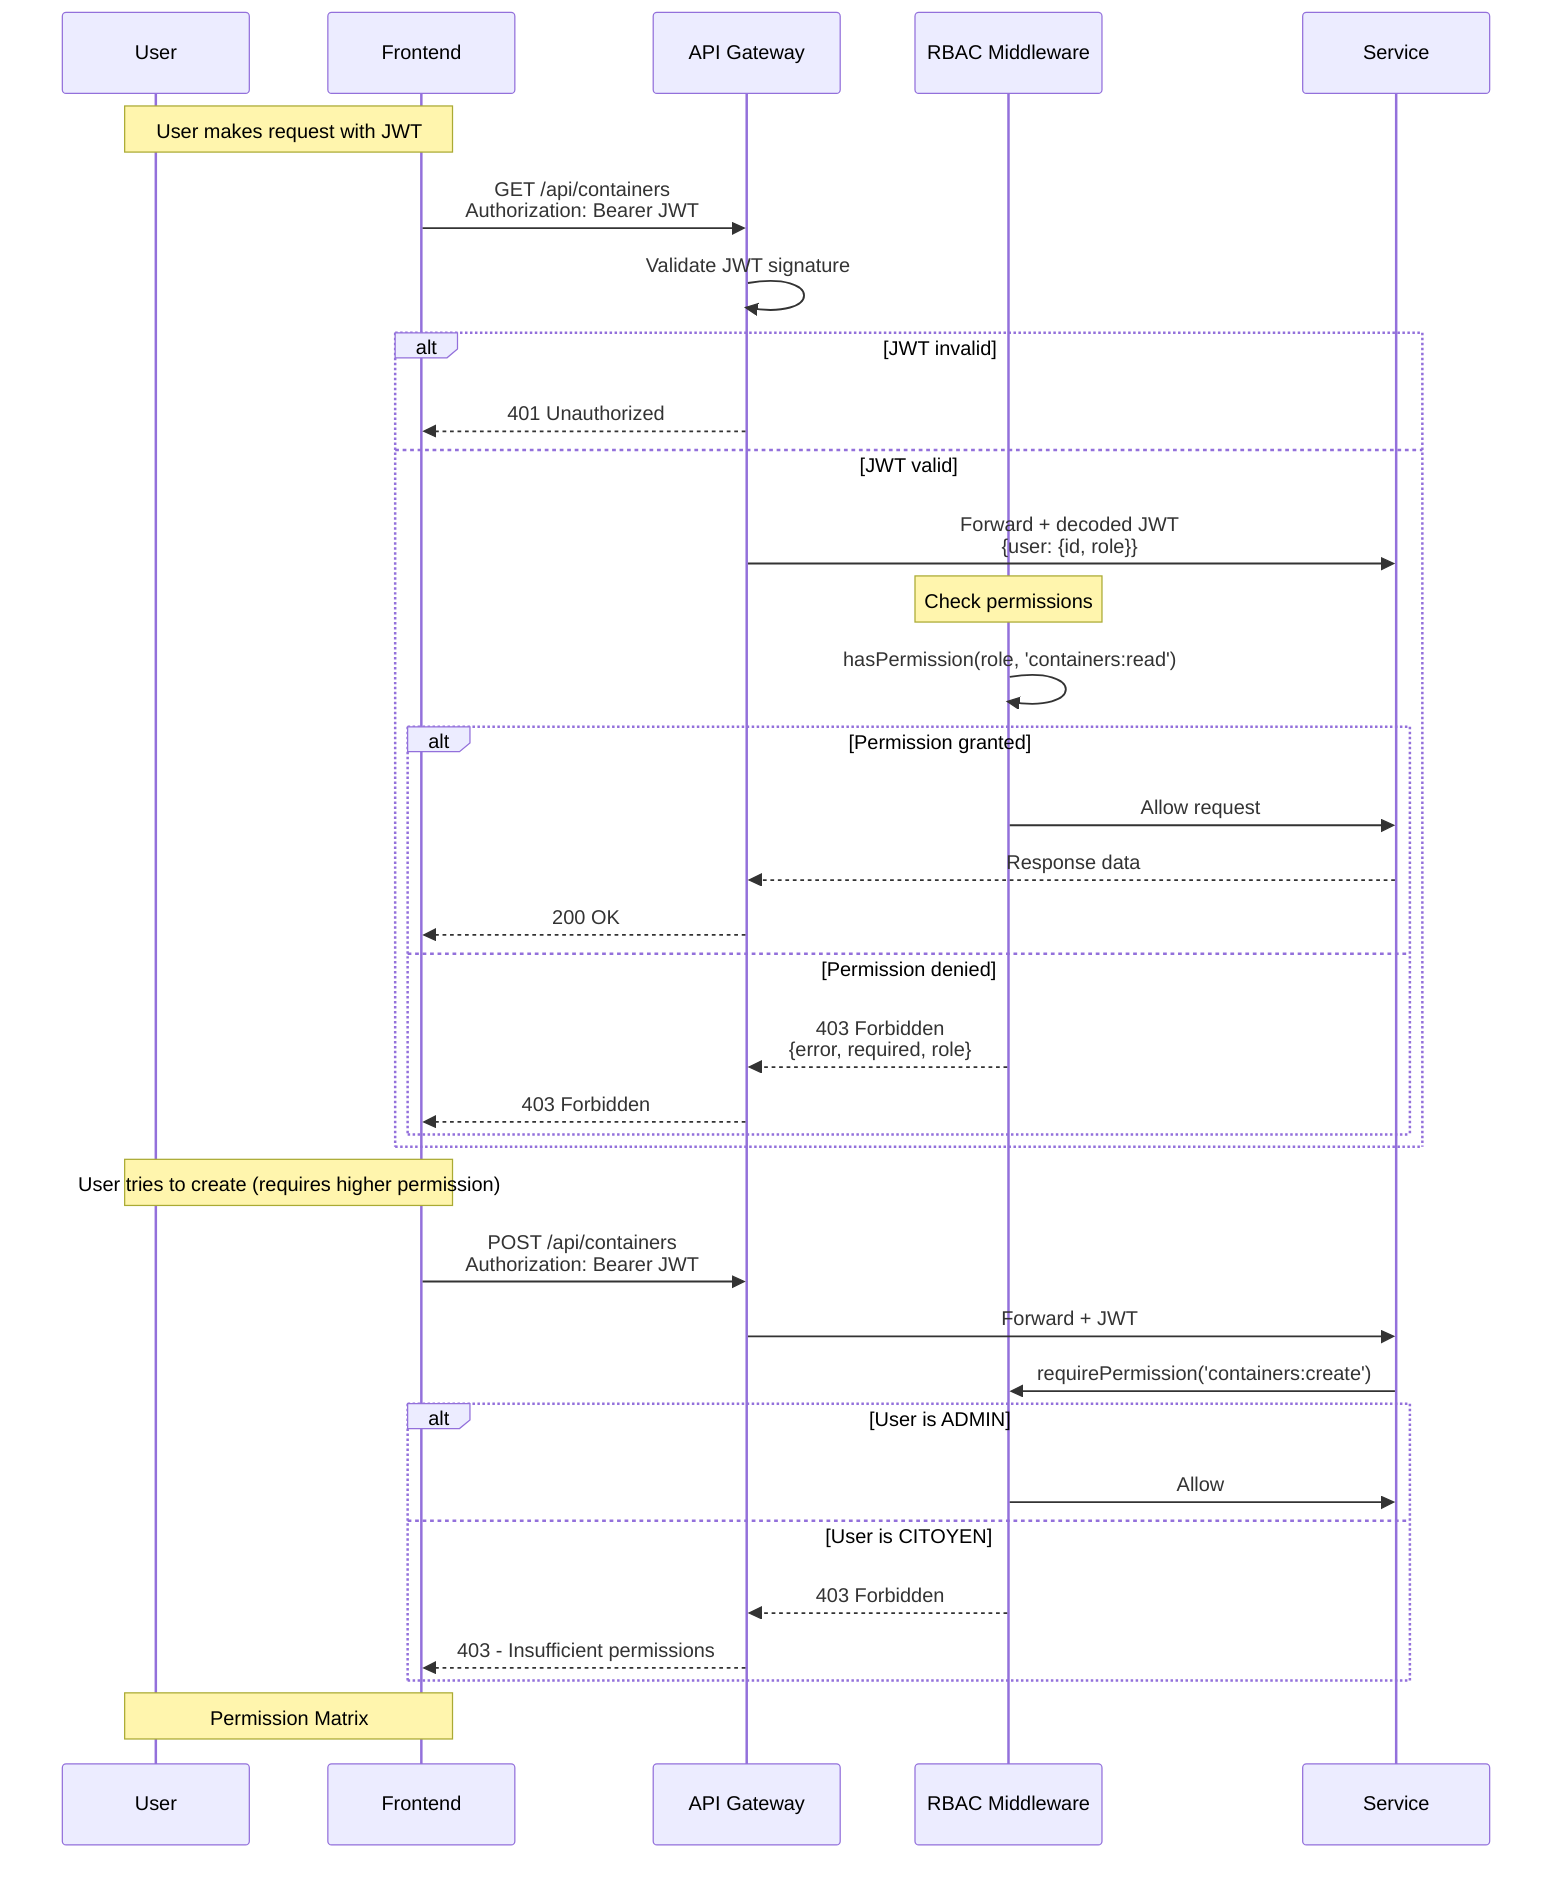
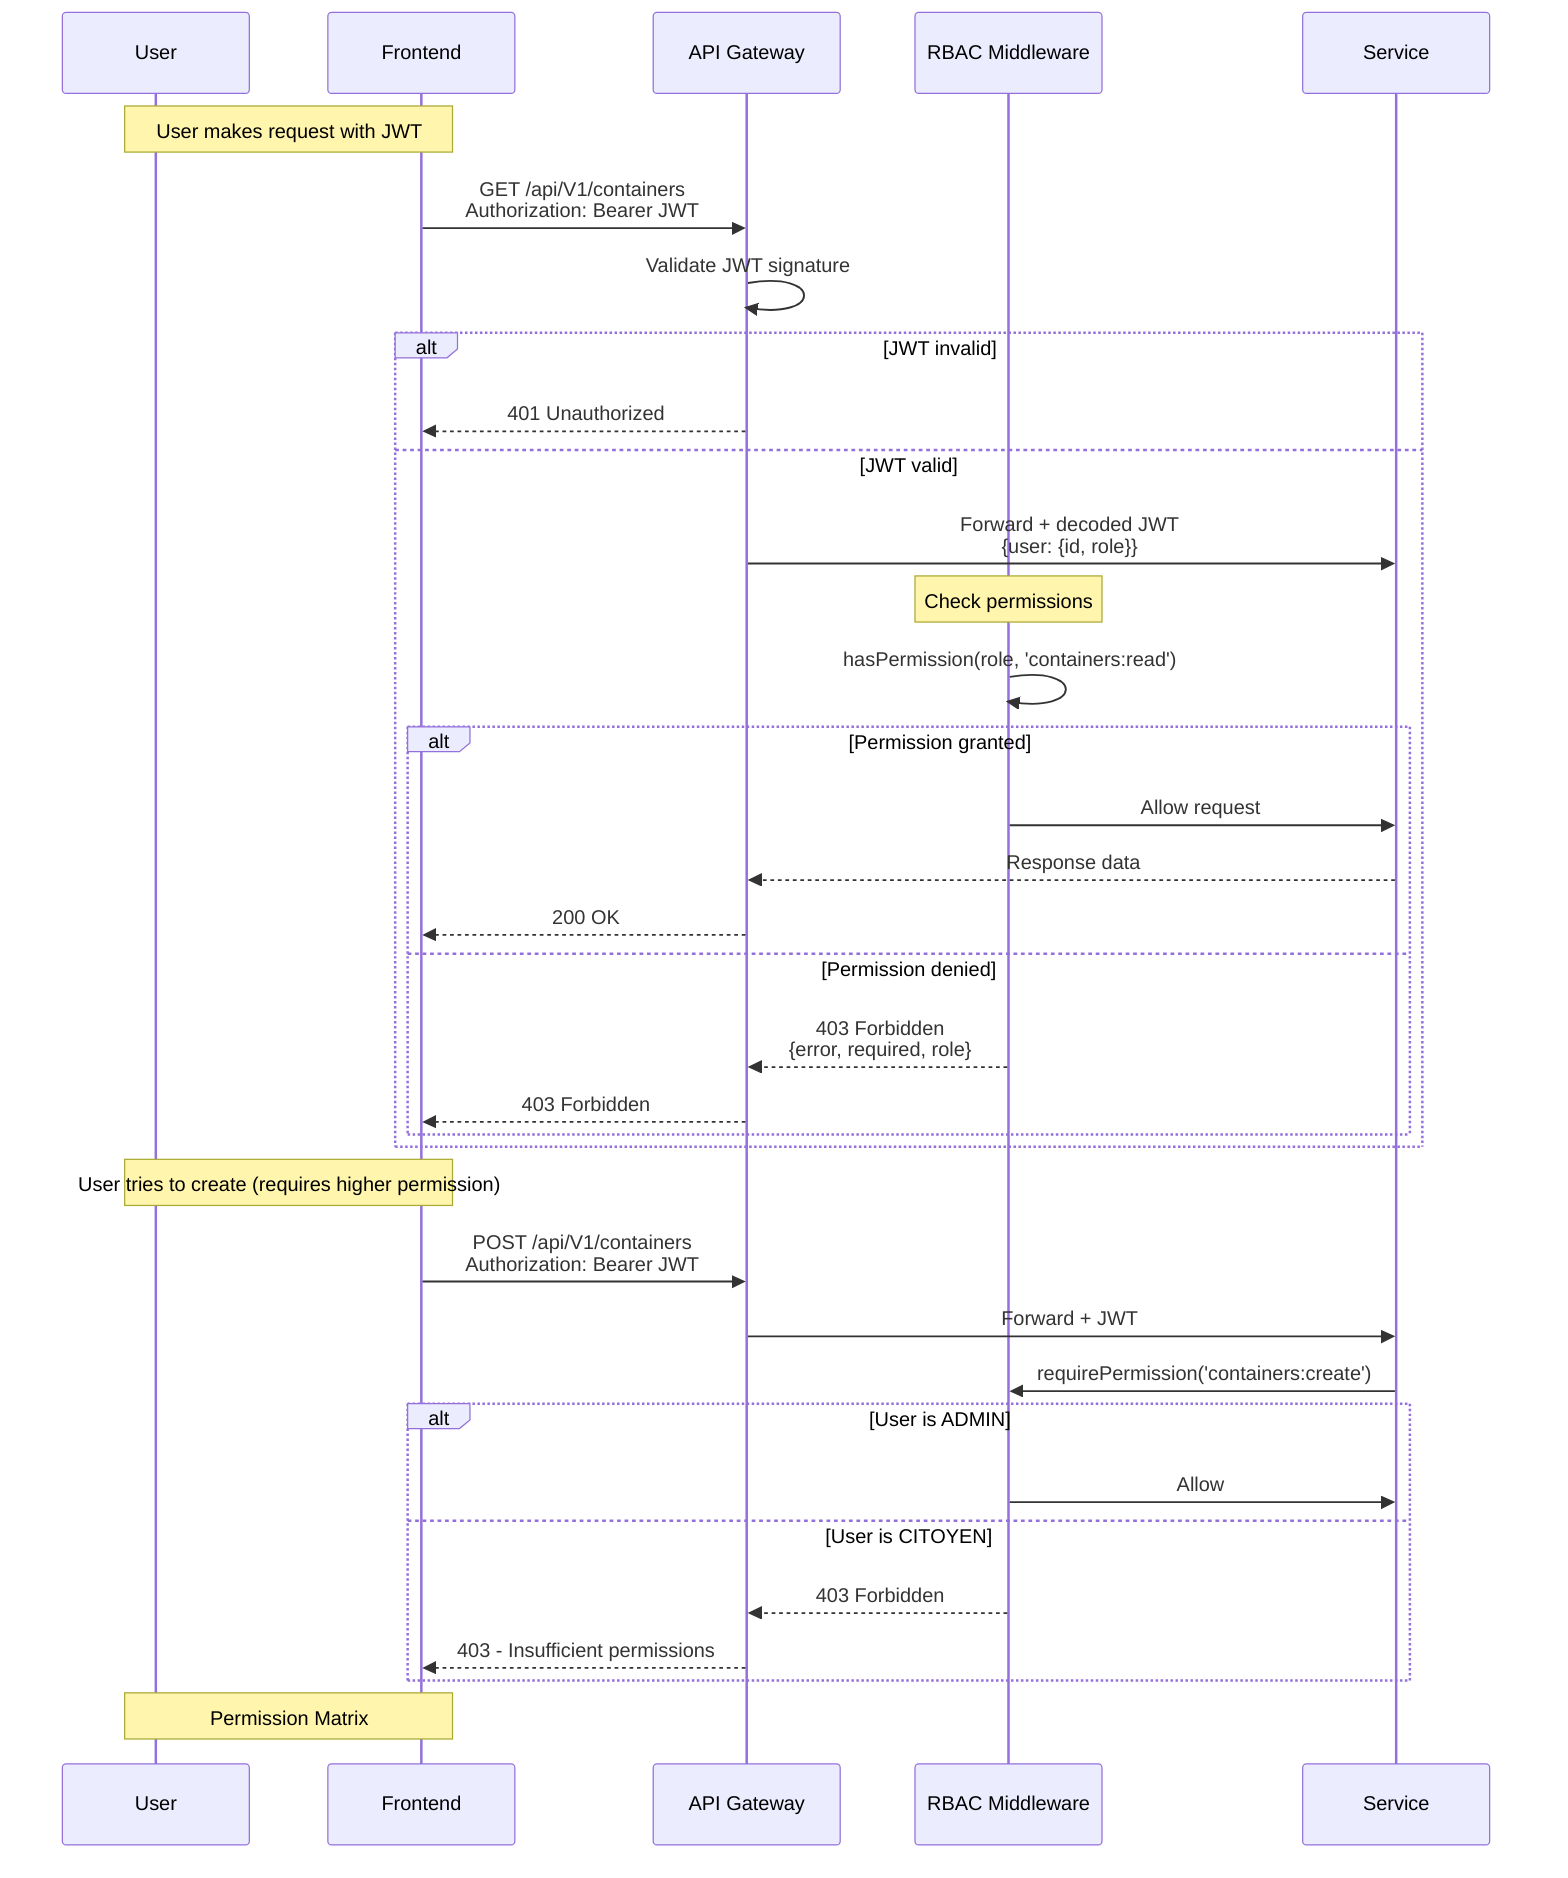
sequenceDiagram
    participant U as User
    participant F as Frontend
    participant G as API Gateway
    participant RBAC as RBAC Middleware
    participant Svc as Service

    Note over U,F: User makes request with JWT

-     F->>G: GET /api/containers<br/>Authorization: Bearer JWT
+     F->>G: GET /api/V1/containers<br/>Authorization: Bearer JWT
    G->>G: Validate JWT signature
    alt JWT invalid
        G-->>F: 401 Unauthorized
    else JWT valid
        G->>Svc: Forward + decoded JWT<br/>{user: {id, role}}

        Note over RBAC: Check permissions

        RBAC->>RBAC: hasPermission(role, 'containers:read')

        alt Permission granted
            RBAC->>Svc: Allow request
            Svc-->>G: Response data
            G-->>F: 200 OK
        else Permission denied
            RBAC-->>G: 403 Forbidden<br/>{error, required, role}
            G-->>F: 403 Forbidden
        end
    end

    Note over U,F: User tries to create (requires higher permission)

-     F->>G: POST /api/containers<br/>Authorization: Bearer JWT
+     F->>G: POST /api/V1/containers<br/>Authorization: Bearer JWT
    G->>Svc: Forward + JWT
    Svc->>RBAC: requirePermission('containers:create')

    alt User is ADMIN
        RBAC->>Svc: Allow
    else User is CITOYEN
        RBAC-->>G: 403 Forbidden
        G-->>F: 403 - Insufficient permissions
    end

    Note over U,F: Permission Matrix
    %% Role | containers:read | containers:create | zone:create
    %% CITOYEN | yes | no | no
    %% AGENT | yes | no | no
    %% GESTIONNAIRE | yes | yes | yes
    %% ADMIN | yes | yes | yes